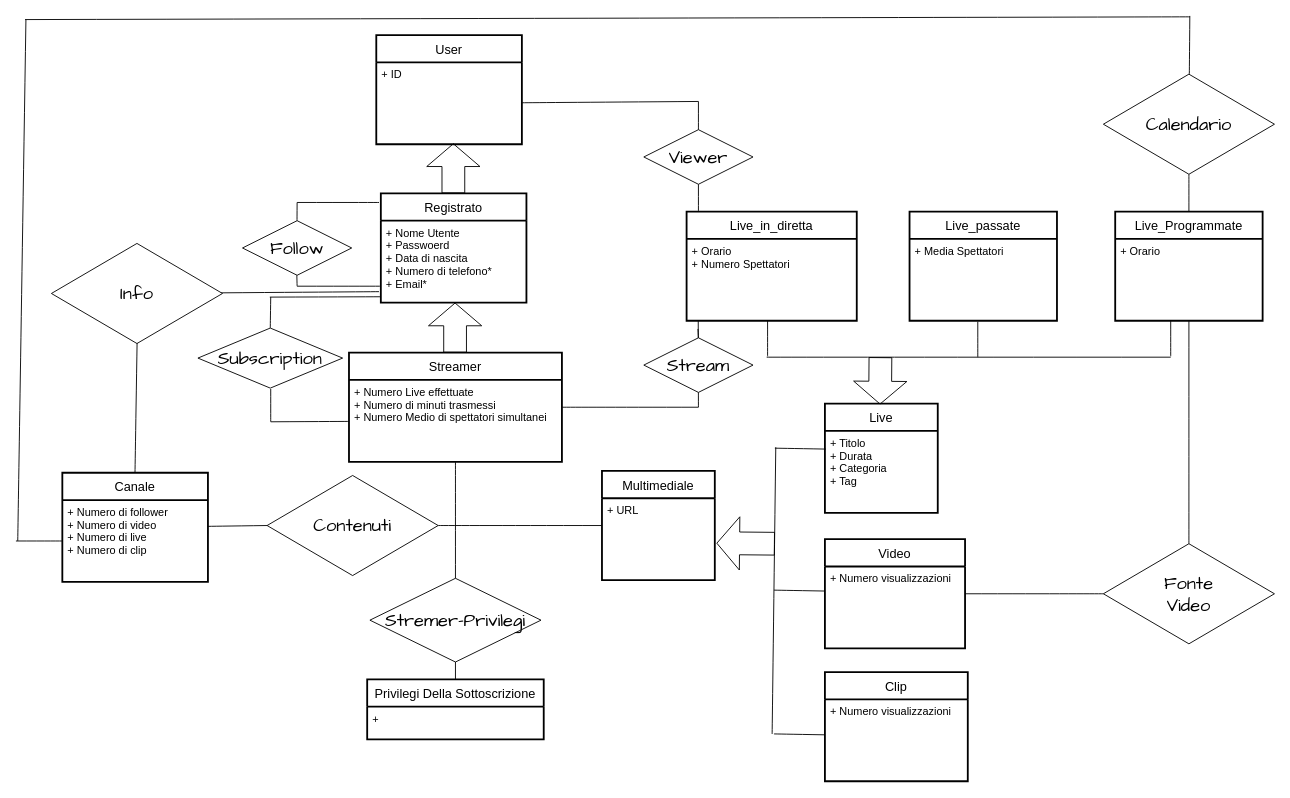
Above: DB/Progetto/Iniziale.drawio in lucrezio0987/Unito-GLPS (draw.io), before the change. Source tidied: cells renumbered, new cells numbered last; positions are measured from the earlier drawing's top-left corner, leaving out a move shared by most shapes. Both pictures are drawn from the tidied source at 91%, with x=0, y=0 at pixel (15, 15).
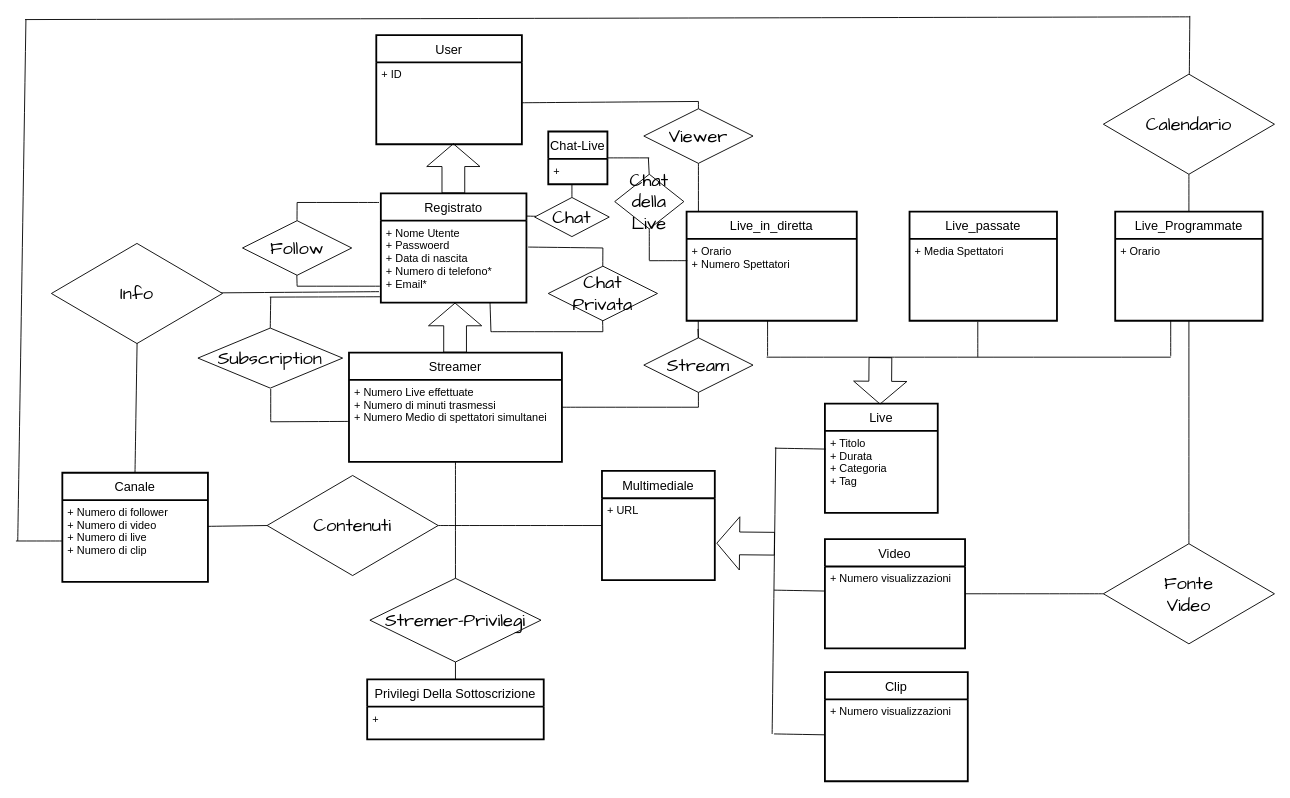
The same diagram, later.

Unchanged cells that the change refers to:
```xml
<mxCell id="10" value="Registrato" style="swimlane;horizontal=1;startSize=30;rounded=0;fontSize=14;fontStyle=0;strokeWidth=2;shadow=0;dashed=0;align=center;labelBackgroundColor=none;" parent="1" vertex="1">
  <mxGeometry x="401" y="195" width="160" height="120" as="geometry" />
</mxCell>
<mxCell id="11" value="+ Nome Utente&#10;+ Passwoerd&#10;+ Data di nascita&#10;+ Numero di telefono*&#10;+ Email*" style="align=left;strokeColor=none;fillColor=none;spacingLeft=4;fontSize=12;verticalAlign=top;rounded=0;labelBackgroundColor=none;" parent="10" vertex="1">
  <mxGeometry y="30" width="160" height="90" as="geometry" />
</mxCell>
<mxCell id="23" value="+ Orario&#10;+ Numero Spettatori" style="align=left;strokeColor=none;fillColor=none;spacingLeft=4;fontSize=12;verticalAlign=top;rounded=0;labelBackgroundColor=none;" parent="22" vertex="1">
  <mxGeometry y="30" width="187" height="90" as="geometry" />
</mxCell>
```

What changed in the source:
```diff
@@
     <mxCell id="8" value="Viewer" style="shape=rhombus;perimeter=rhombusPerimeter;whiteSpace=wrap;html=1;align=center;hachureGap=4;fontFamily=Architects Daughter;fontSize=20;labelBackgroundColor=none;rounded=0;" parent="1" vertex="1">
-      <mxGeometry x="690" y="125" width="120" height="60" as="geometry" />
+      <mxGeometry x="690" y="102" width="120" height="60" as="geometry" />
     </mxCell>
@@
-    <mxCell id="20" style="endArrow=none;html=1;fontSize=12;startSize=8;endSize=8;curved=1;" parent="1" edge="1">
-      <mxGeometry relative="1" as="geometry">
-        <mxPoint x="750" y="216" as="sourcePoint" />
-        <mxPoint x="750" y="185" as="targetPoint" />
-        <Array as="points">
-          <mxPoint x="750" y="185" />
-        </Array>
-      </mxGeometry>
-    </mxCell>
@@
+    <mxCell id="74" style="edgeStyle=none;curved=1;jettySize=auto;html=1;fontSize=12;endArrow=none;endFill=0;startSize=8;endSize=8;entryX=0.4;entryY=1.004;entryDx=0;entryDy=0;entryPerimeter=0;" parent="1" edge="1" source="76" target="85">
+      <mxGeometry relative="1" as="geometry" />
+    </mxCell>
+    <mxCell id="75" style="edgeStyle=none;curved=1;jettySize=auto;html=1;entryX=1;entryY=0.208;entryDx=0;entryDy=0;entryPerimeter=0;fontSize=12;endArrow=none;endFill=0;startSize=8;endSize=8;" parent="1" edge="1" source="76" target="10">
+      <mxGeometry relative="1" as="geometry" />
+    </mxCell>
+    <mxCell id="76" value="Chat" style="shape=rhombus;perimeter=rhombusPerimeter;whiteSpace=wrap;html=1;align=center;hachureGap=4;fontFamily=Architects Daughter;fontSize=20;labelBackgroundColor=none;rounded=0;" parent="1" vertex="1">
+      <mxGeometry x="570" y="199.5" width="82" height="43" as="geometry" />
+    </mxCell>
+    <mxCell id="77" value="Chat&lt;br&gt;Privata" style="shape=rhombus;perimeter=rhombusPerimeter;whiteSpace=wrap;html=1;align=center;hachureGap=4;fontFamily=Architects Daughter;fontSize=20;labelBackgroundColor=none;rounded=0;" parent="1" vertex="1">
+      <mxGeometry x="585" y="275" width="120" height="60" as="geometry" />
+    </mxCell>
+    <mxCell id="78" style="endArrow=none;html=1;fontSize=12;startSize=8;endSize=8;curved=1;" parent="1" edge="1">
+      <mxGeometry relative="1" as="geometry">
+        <mxPoint x="644.9" y="275" as="sourcePoint" />
+        <mxPoint x="645" y="255" as="targetPoint" />
+      </mxGeometry>
+    </mxCell>
+    <mxCell id="79" style="endArrow=none;html=1;fontSize=12;startSize=8;endSize=8;curved=1;" parent="1" edge="1">
+      <mxGeometry relative="1" as="geometry">
+        <mxPoint x="645" y="347" as="sourcePoint" />
+        <mxPoint x="644.7" y="335" as="targetPoint" />
+      </mxGeometry>
+    </mxCell>
+    <mxCell id="80" style="endArrow=none;html=1;fontSize=12;startSize=8;endSize=8;curved=1;" parent="1" edge="1">
+      <mxGeometry relative="1" as="geometry">
+        <mxPoint x="563" y="254" as="sourcePoint" />
+        <mxPoint x="645" y="255" as="targetPoint" />
+      </mxGeometry>
+    </mxCell>
+    <mxCell id="81" style="endArrow=none;html=1;fontSize=12;startSize=8;endSize=8;curved=1;" parent="1" edge="1">
+      <mxGeometry relative="1" as="geometry">
+        <mxPoint x="522" y="347" as="sourcePoint" />
+        <mxPoint x="645" y="347" as="targetPoint" />
+      </mxGeometry>
+    </mxCell>
+    <mxCell id="82" style="edgeStyle=none;curved=1;jettySize=auto;html=1;exitX=0.75;exitY=1;exitDx=0;exitDy=0;fontSize=12;endArrow=none;endFill=0;startSize=8;endSize=8;" parent="1" edge="1" source="11">
+      <mxGeometry relative="1" as="geometry">
+        <mxPoint x="522" y="347" as="targetPoint" />
+      </mxGeometry>
+    </mxCell>
+    <mxCell id="83" style="edgeStyle=none;curved=1;jettySize=auto;html=1;fontSize=12;endArrow=none;endFill=0;startSize=8;endSize=8;" parent="1" edge="1" source="84">
+      <mxGeometry relative="1" as="geometry">
+        <mxPoint x="695.9" y="156" as="targetPoint" />
+      </mxGeometry>
+    </mxCell>
+    <mxCell id="84" value="Chat-Live" style="swimlane;horizontal=1;startSize=30;rounded=0;fontSize=14;fontStyle=0;strokeWidth=2;shadow=0;dashed=0;align=center;labelBackgroundColor=none;" parent="1" vertex="1">
+      <mxGeometry x="585" y="127" width="65" height="58" as="geometry" />
+    </mxCell>
+    <mxCell id="85" value="+ " style="align=left;strokeColor=none;fillColor=none;spacingLeft=4;fontSize=12;verticalAlign=top;rounded=0;labelBackgroundColor=none;" parent="84" vertex="1">
+      <mxGeometry y="30" width="65" height="28" as="geometry" />
+    </mxCell>
+    <mxCell id="86" style="endArrow=none;html=1;fontSize=12;startSize=8;endSize=8;curved=1;exitX=0.5;exitY=1;exitDx=0;exitDy=0;" parent="1" edge="1" source="8">
+      <mxGeometry relative="1" as="geometry">
+        <mxPoint x="749.9" y="215" as="targetPoint" />
+        <Array as="points">
+          <mxPoint x="750" y="215" />
+        </Array>
+      </mxGeometry>
+    </mxCell>
+    <mxCell id="87" style="edgeStyle=none;curved=1;jettySize=auto;html=1;fontSize=12;endArrow=none;endFill=0;startSize=8;endSize=8;" parent="1" edge="1" source="88">
+      <mxGeometry relative="1" as="geometry">
+        <mxPoint x="696" y="268.6" as="targetPoint" />
+      </mxGeometry>
+    </mxCell>
+    <mxCell id="88" value="Chat&lt;br&gt;della Live" style="shape=rhombus;perimeter=rhombusPerimeter;whiteSpace=wrap;html=1;align=center;hachureGap=4;fontFamily=Architects Daughter;fontSize=20;labelBackgroundColor=none;rounded=0;" parent="1" vertex="1">
+      <mxGeometry x="658" y="174" width="76" height="60" as="geometry" />
+    </mxCell>
+    <mxCell id="89" style="edgeStyle=none;curved=1;orthogonalLoop=1;jettySize=auto;html=1;fontSize=12;endArrow=none;endFill=0;startSize=8;endSize=8;" parent="1" edge="1">
+      <mxGeometry relative="1" as="geometry">
+        <mxPoint x="695.9" y="174" as="sourcePoint" />
+        <mxPoint x="695" y="156" as="targetPoint" />
+      </mxGeometry>
+    </mxCell>
+    <mxCell id="90" style="edgeStyle=none;curved=1;jettySize=auto;html=1;fontSize=12;endArrow=none;endFill=0;startSize=8;endSize=8;exitX=0.004;exitY=0.266;exitDx=0;exitDy=0;exitPerimeter=0;" parent="1" edge="1" source="23">
+      <mxGeometry relative="1" as="geometry">
+        <mxPoint x="696" y="269" as="targetPoint" />
+      </mxGeometry>
+    </mxCell>
```
